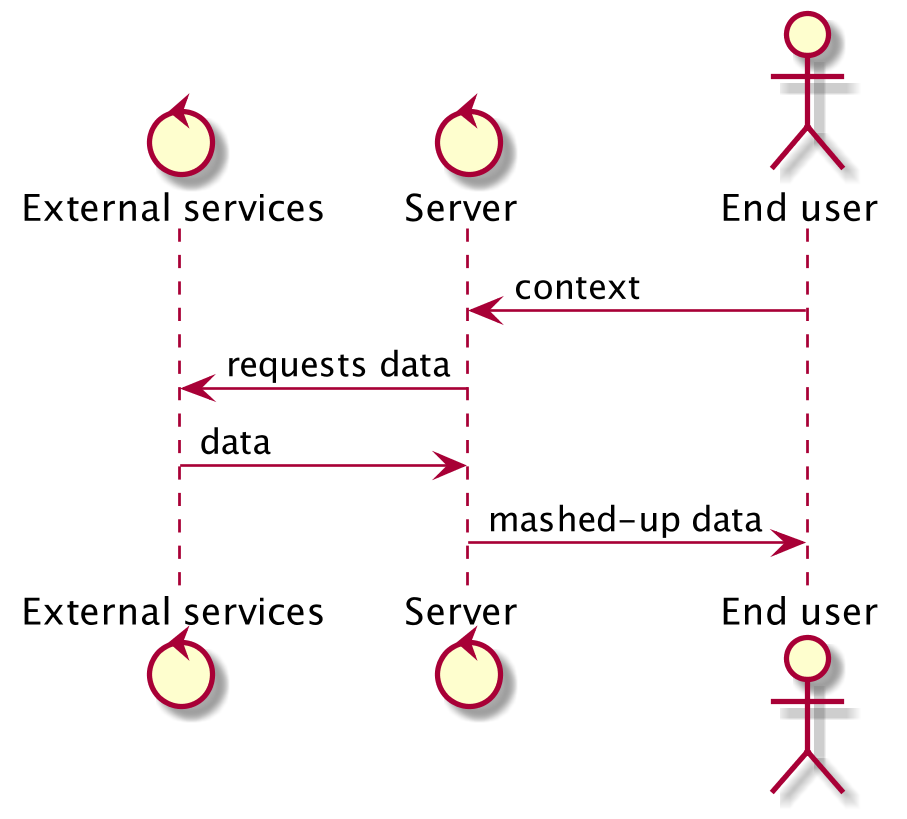
vzaccaria/icwe16-slides keeps this PlantUML diagram as src/org/images/runtime.png. Above is the earlier version. Source of this version:
```plantuml
@startuml
scale 900 width
control "External services"
control "Server"
actor "End user"
"End user" -> "Server" : context
"Server" -> "External services" : requests data
"External services" -> "Server" : data
"Server" -> "End user" : mashed-up data
@enduml
```
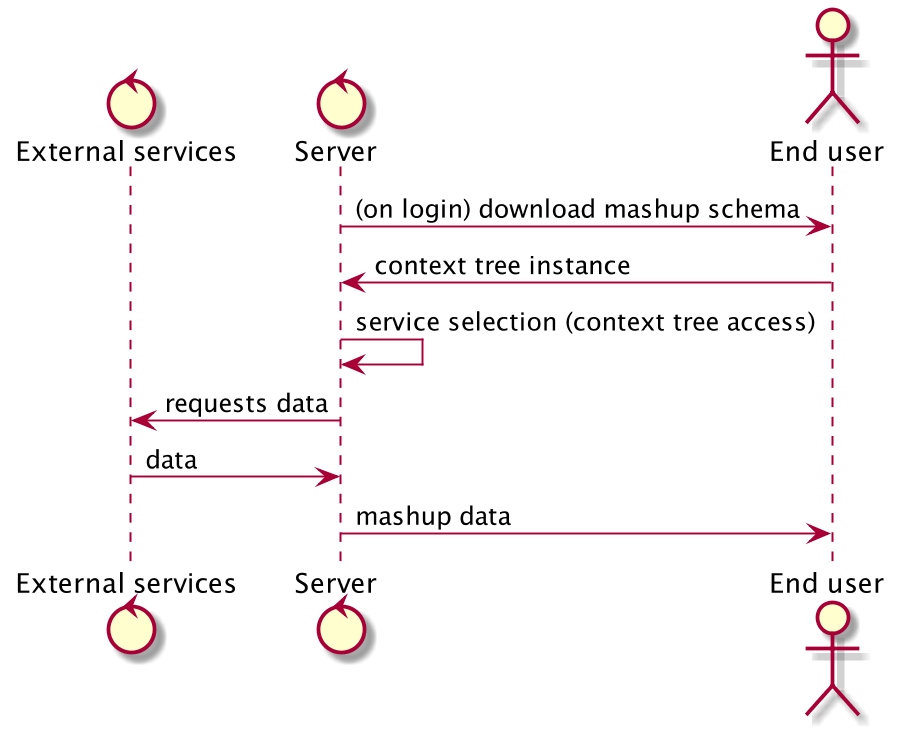
Above is the later version.

The edit, as a diff of the source:
```diff
@@ -3,8 +3,10 @@
 control "External services"
 control "Server"
 actor "End user"
-"End user" -> "Server" : context
+"Server" -> "End user" : (on login) download mashup schema
+"End user" -> "Server" : context tree instance
+"Server" -> "Server" : service selection (context tree access)
 "Server" -> "External services" : requests data
 "External services" -> "Server" : data
-"Server" -> "End user" : mashed-up data
+"Server" -> "End user" : mashup data
 @enduml
```
